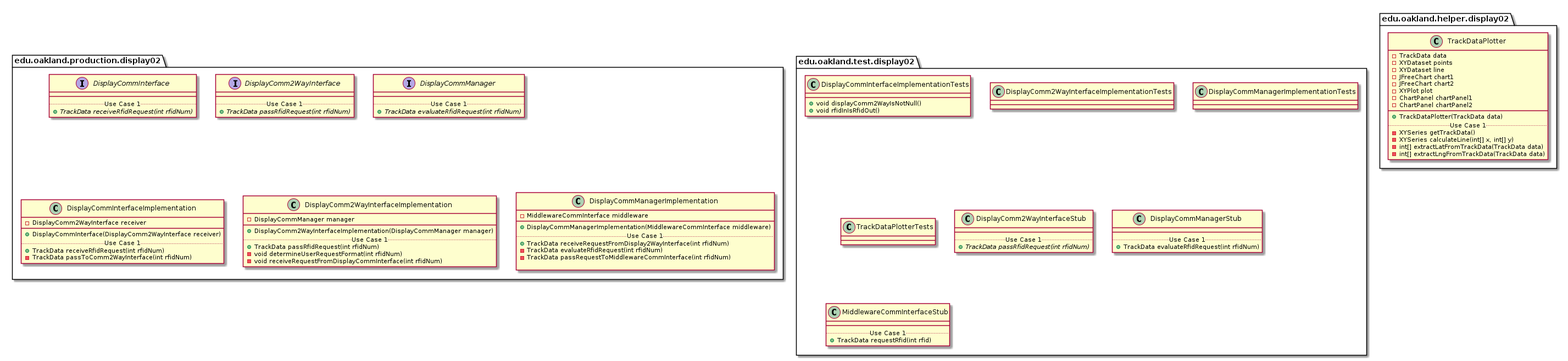
This is docs/uml-class-diagrams/display02/Display02Packages.png from andrewdimmer/csi-3370-software-project, a PlantUML export, as it was before one commit.
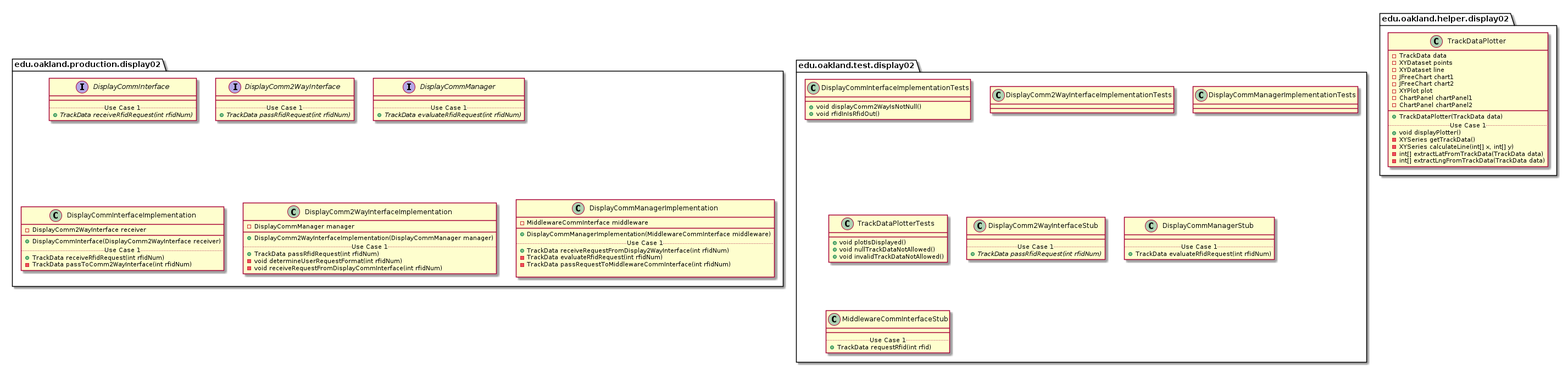
Above is the later version.

Change to the diagram source:
```diff
@@ -103,7 +103,9 @@
 
 package edu.oakland.test.display02 {
     class TrackDataPlotterTests {
-
+        + void plotIsDisplayed()
+        + void nullTrackDataNotAllowed()
+        + void invalidTrackDataNotAllowed()
     }
 }
 
@@ -154,6 +156,7 @@
         __
         + TrackDataPlotter(TrackData data)
         .. Use Case 1 ..
+        + void displayPlotter()
         - XYSeries getTrackData()
         - XYSeries calculateLine(int[] x, int[] y)
         - int[] extractLatFromTrackData(TrackData data)
```
